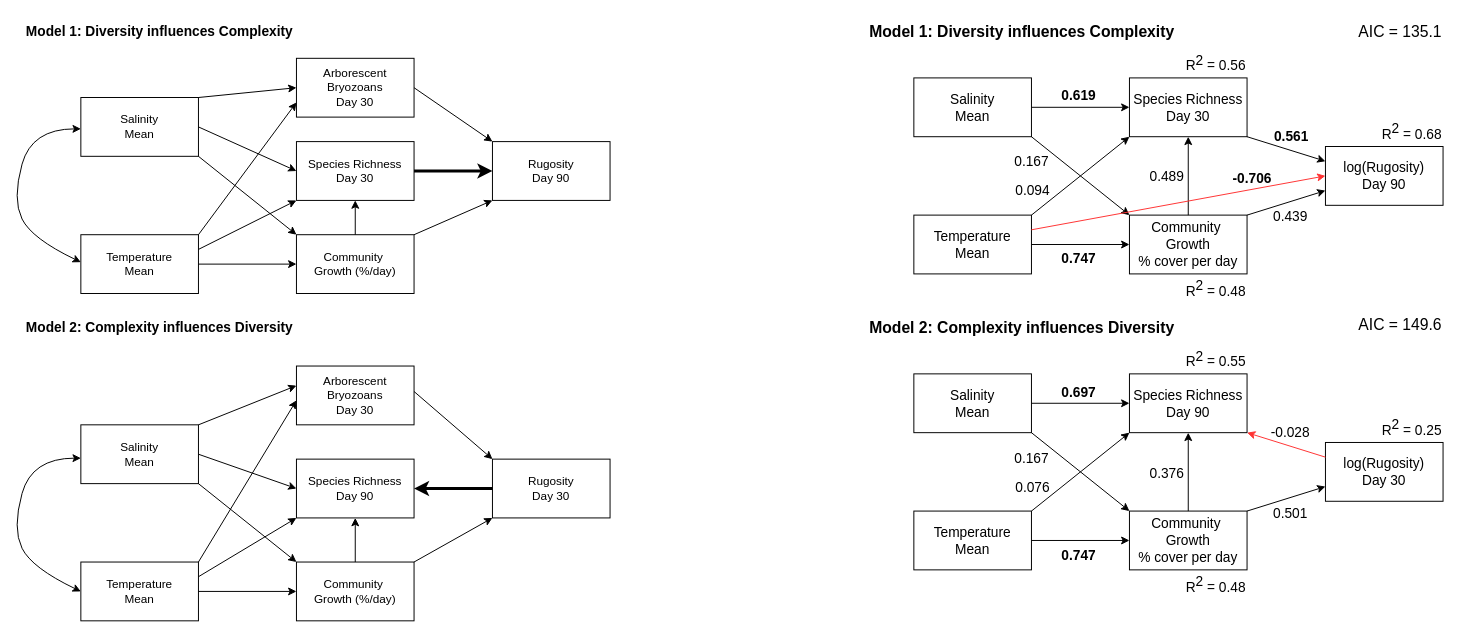
mawhal/panels-complexity keeps this draw.io diagram as sem/Panels SEM.drawio. Above is the earlier version. Source tidied: cells renumbered, new cells numbered last; positions are measured from the earlier drawing's top-left corner, leaving out a move shared by most shapes. Both pictures are drawn from the tidied source at 98%, with x=0, y=0 at pixel (12, 17).
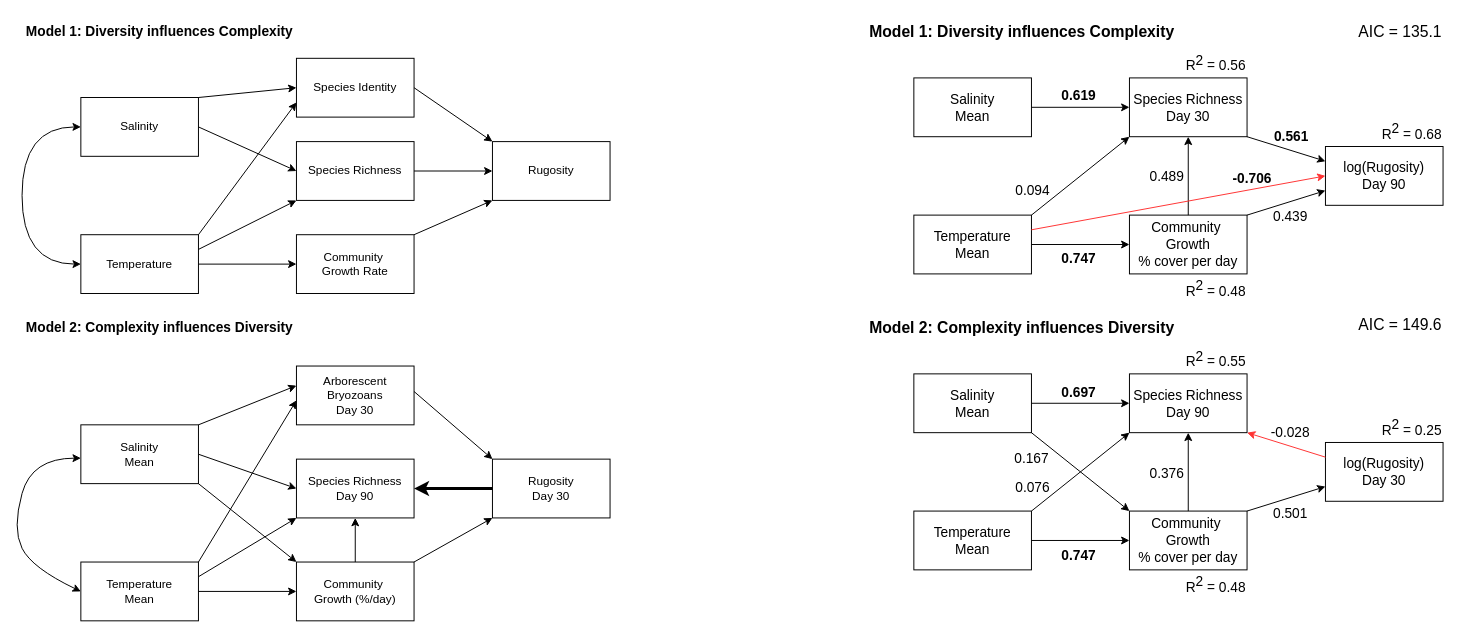
The same diagram, later.

The change refers to these unchanged cells:
```xml
<mxCell id="27" value="Salinity&lt;div style=&quot;font-size: 14px;&quot;&gt;Mean&lt;/div&gt;" style="rounded=0;whiteSpace=wrap;html=1;fontSize=14;" parent="1" vertex="1">
  <mxGeometry x="920" y="62" width="120" height="60" as="geometry" />
</mxCell>
<mxCell id="28" value="Community&amp;nbsp;&lt;div style=&quot;font-size: 14px;&quot;&gt;Growth&lt;/div&gt;&lt;div style=&quot;font-size: 14px;&quot;&gt;% cover per day&lt;/div&gt;" style="whiteSpace=wrap;html=1;rounded=0;fontSize=14;" parent="1" vertex="1">
  <mxGeometry x="1140" y="202" width="120" height="60" as="geometry" />
</mxCell>
```

Change to the diagram source:
```diff
@@
-    <mxCell id="2" value="Salinity&lt;div&gt;Mean&lt;/div&gt;" style="rounded=0;whiteSpace=wrap;html=1;" parent="1" vertex="1">
+    <mxCell id="2" value="Salinity" style="rounded=0;whiteSpace=wrap;html=1;" parent="1" vertex="1">
       <mxGeometry x="70" y="82" width="120" height="60" as="geometry" />
     </mxCell>
-    <mxCell id="3" value="Community&amp;nbsp;&lt;div&gt;Growth (%/day)&lt;/div&gt;" style="whiteSpace=wrap;html=1;rounded=0;" parent="1" vertex="1">
+    <mxCell id="3" value="Community&amp;nbsp;&lt;div&gt;Growth Rate&lt;/div&gt;" style="whiteSpace=wrap;html=1;rounded=0;" parent="1" vertex="1">
       <mxGeometry x="290" y="222" width="120" height="60" as="geometry" />
     </mxCell>
-    <mxCell id="4" value="Species Richness&lt;div&gt;Day 30&lt;/div&gt;" style="whiteSpace=wrap;html=1;rounded=0;" parent="1" vertex="1">
+    <mxCell id="4" value="Species Richness" style="whiteSpace=wrap;html=1;rounded=0;" parent="1" vertex="1">
       <mxGeometry x="290" y="127" width="120" height="60" as="geometry" />
     </mxCell>
-    <mxCell id="5" style="endArrow=classic;html=1;rounded=0;entryX=0;entryY=0;entryDx=0;entryDy=0;exitX=1;exitY=1;exitDx=0;exitDy=0;" parent="1" edge="1" source="2" target="3">
-      <mxGeometry relative="1" as="geometry" />
-    </mxCell>
+    <mxCell id="88" style="edgeStyle=orthogonalEdgeStyle;rounded=0;jettySize=auto;html=1;exitX=0;exitY=0.5;exitDx=0;exitDy=0;entryX=0;entryY=0.5;entryDx=0;entryDy=0;curved=1;startArrow=classic;startFill=1;" parent="1" edge="1" source="6" target="2">
+      <mxGeometry relative="1" as="geometry">
+        <Array as="points">
+          <mxPoint x="10" y="252" />
+          <mxPoint x="10" y="112" />
+        </Array>
+      </mxGeometry>
+    </mxCell>
-    <mxCell id="6" value="Temperature&lt;div&gt;Mean&lt;/div&gt;" style="rounded=0;whiteSpace=wrap;html=1;" parent="1" vertex="1">
+    <mxCell id="6" value="Temperature" style="rounded=0;whiteSpace=wrap;html=1;" parent="1" vertex="1">
       <mxGeometry x="70" y="222" width="120" height="60" as="geometry" />
     </mxCell>
-    <mxCell id="7" value="Rugosity&lt;div&gt;Day 90&lt;/div&gt;" style="whiteSpace=wrap;html=1;rounded=0;" parent="1" vertex="1">
+    <mxCell id="7" value="Rugosity" style="whiteSpace=wrap;html=1;rounded=0;" parent="1" vertex="1">
       <mxGeometry x="490" y="127" width="120" height="60" as="geometry" />
     </mxCell>
-    <mxCell id="8" style="endArrow=classic;html=1;rounded=0;entryX=0;entryY=0.5;entryDx=0;entryDy=0;exitX=1;exitY=0.5;exitDx=0;exitDy=0;strokeWidth=3;" parent="1" edge="1" source="4" target="7">
+    <mxCell id="8" style="endArrow=classic;html=1;rounded=0;entryX=0;entryY=0.5;entryDx=0;entryDy=0;exitX=1;exitY=0.5;exitDx=0;exitDy=0;strokeWidth=1;" parent="1" edge="1" source="4" target="7">
       <mxGeometry relative="1" as="geometry" />
     </mxCell>
@@
-    <mxCell id="11" style="endArrow=classic;html=1;rounded=0;exitX=0.5;exitY=0;exitDx=0;exitDy=0;entryX=0.5;entryY=1;entryDx=0;entryDy=0;" parent="1" edge="1" source="3" target="4">
-      <mxGeometry relative="1" as="geometry" />
-    </mxCell>
@@
-    <mxCell id="30" style="endArrow=classic;html=1;rounded=0;entryX=0;entryY=0;entryDx=0;entryDy=0;exitX=1;exitY=1;exitDx=0;exitDy=0;fontSize=14;" parent="1" edge="1" source="27" target="28">
-      <mxGeometry relative="1" as="geometry" />
-    </mxCell>
@@
-    <mxCell id="64" value="0.167" style="text;html=1;align=center;verticalAlign=middle;strokeColor=none;fillColor=none;fontSize=14;" parent="1" vertex="1">
-      <mxGeometry x="1010" y="132" width="60" height="30" as="geometry" />
-    </mxCell>
@@
-    <mxCell id="78" value="Arborescent Bryozoans&lt;div&gt;Day 30&lt;/div&gt;" style="rounded=0;whiteSpace=wrap;html=1;" parent="1" vertex="1">
+    <mxCell id="78" value="Species Identity" style="rounded=0;whiteSpace=wrap;html=1;" parent="1" vertex="1">
       <mxGeometry x="290" y="42" width="120" height="60" as="geometry" />
     </mxCell>
@@
-    <mxCell id="87" style="curved=1;endArrow=classic;html=1;rounded=0;exitX=0;exitY=0.5;exitDx=0;exitDy=0;startArrow=classic;startFill=1;" parent="1" edge="1">
-      <mxGeometry relative="1" as="geometry">
-        <mxPoint x="70" y="250" as="sourcePoint" />
-        <mxPoint x="70" y="114" as="targetPoint" />
-        <Array as="points">
-          <mxPoint x="20" y="226" />
-          <mxPoint y="186" />
-          <mxPoint x="20" y="114" />
-        </Array>
-      </mxGeometry>
-    </mxCell>
```
